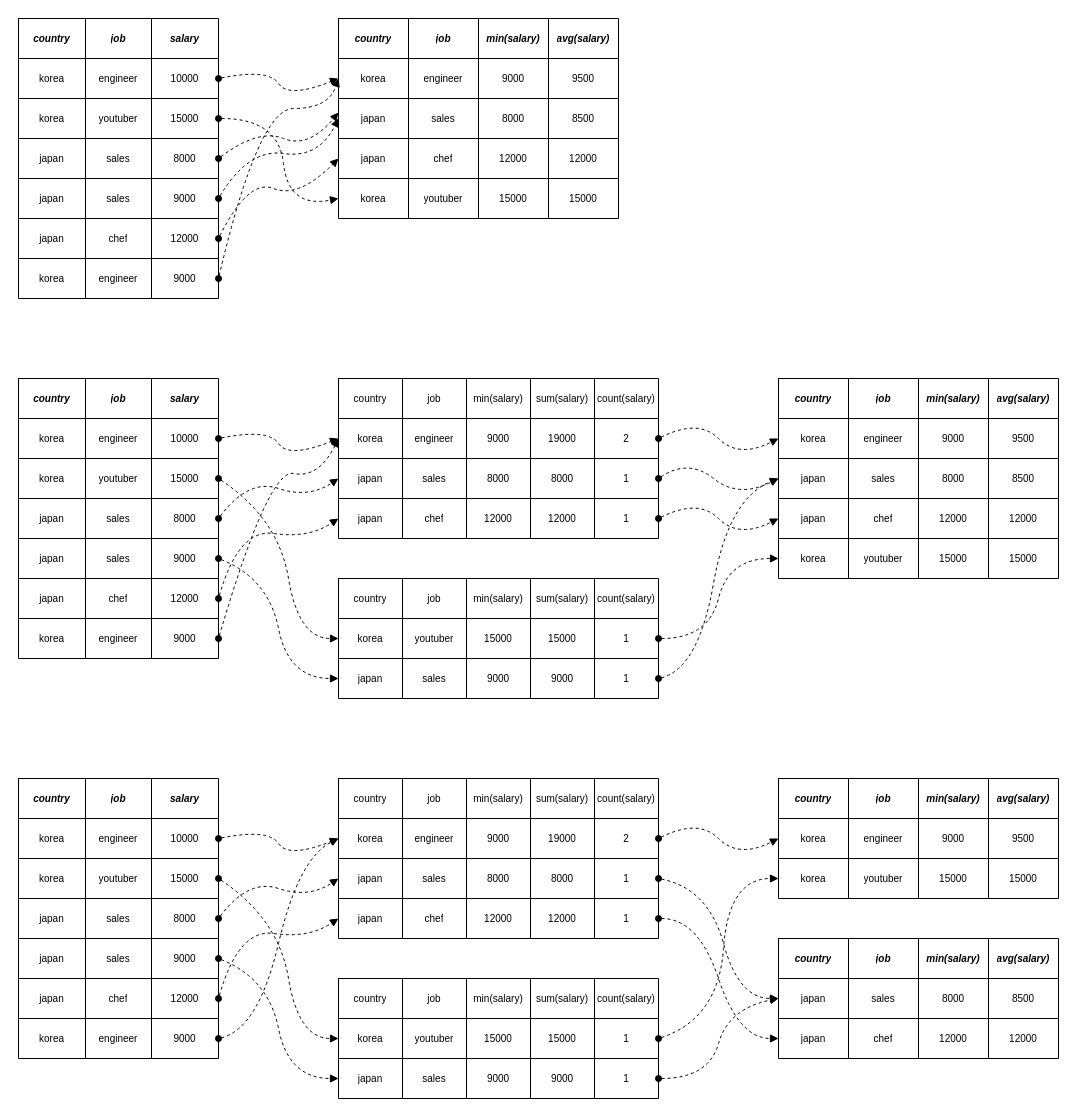
This is page "aggregation" (3 of 5) of datafusion/datafusion.drawio from haruband/codebook, a draw.io file, before an edit. Source tidied: cells renumbered, new cells numbered last; positions are measured from the earlier drawing's top-left corner, leaving out a move shared by most shapes. Both pictures are drawn from the tidied source at 100%, with x=0, y=0 at pixel (18, 18).
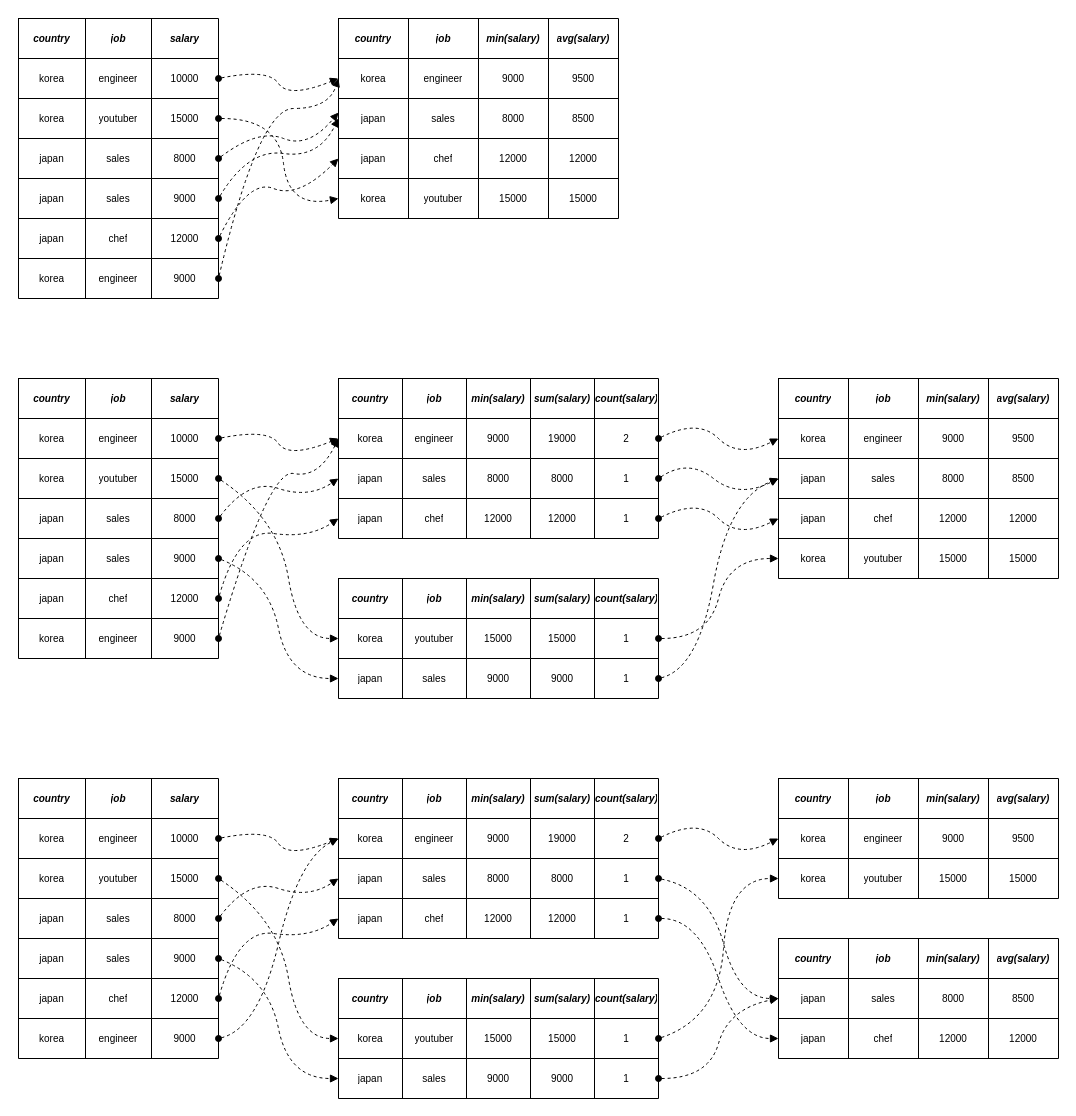
The same page after the edit.

The change refers to these unchanged cells:
```xml
<mxCell id="93" style="shape=tableRow;horizontal=0;startSize=0;swimlaneHead=0;swimlaneBody=0;strokeColor=inherit;top=0;left=0;bottom=0;right=0;fillColor=none;fontSize=10;" parent="92" vertex="1">
  <mxGeometry width="320" height="40" as="geometry" />
</mxCell>
<mxCell id="122" style="shape=tableRow;horizontal=0;startSize=0;swimlaneHead=0;swimlaneBody=0;strokeColor=inherit;top=0;left=0;bottom=0;right=0;fillColor=none;fontSize=10;" parent="121" vertex="1">
  <mxGeometry width="320" height="40" as="geometry" />
</mxCell>
<mxCell id="203" style="shape=tableRow;horizontal=0;startSize=0;swimlaneHead=0;swimlaneBody=0;strokeColor=inherit;top=0;left=0;bottom=0;right=0;fillColor=none;fontSize=10;" parent="202" vertex="1">
  <mxGeometry width="320" height="40" as="geometry" />
</mxCell>
<mxCell id="232" style="shape=tableRow;horizontal=0;startSize=0;swimlaneHead=0;swimlaneBody=0;strokeColor=inherit;top=0;left=0;bottom=0;right=0;fillColor=none;fontSize=10;" parent="231" vertex="1">
  <mxGeometry width="320" height="40" as="geometry" />
</mxCell>
```

What changed in the source:
```diff
@@
-    <mxCell id="94" value="country" style="shape=partialRectangle;html=1;whiteSpace=wrap;strokeColor=inherit;overflow=hidden;fillColor=none;top=0;left=0;bottom=0;right=0;fontSize=10;" parent="93" vertex="1">
+    <mxCell id="94" value="country" style="shape=partialRectangle;html=1;whiteSpace=wrap;strokeColor=inherit;overflow=hidden;fillColor=none;top=0;left=0;bottom=0;right=0;fontSize=10;fontStyle=3;" parent="93" vertex="1">
       <mxGeometry width="64" height="40" as="geometry" />
     </mxCell>
-    <mxCell id="95" value="job" style="shape=partialRectangle;html=1;whiteSpace=wrap;strokeColor=inherit;overflow=hidden;fillColor=none;top=0;left=0;bottom=0;right=0;fontSize=10;" parent="93" vertex="1">
+    <mxCell id="95" value="job" style="shape=partialRectangle;html=1;whiteSpace=wrap;strokeColor=inherit;overflow=hidden;fillColor=none;top=0;left=0;bottom=0;right=0;fontSize=10;fontStyle=3;" parent="93" vertex="1">
       <mxGeometry x="64" width="64" height="40" as="geometry" />
     </mxCell>
-    <mxCell id="96" value="min(salary)" style="shape=partialRectangle;html=1;whiteSpace=wrap;strokeColor=inherit;overflow=hidden;fillColor=none;top=0;left=0;bottom=0;right=0;fontSize=10;" parent="93" vertex="1">
+    <mxCell id="96" value="min(salary)" style="shape=partialRectangle;html=1;whiteSpace=wrap;strokeColor=inherit;overflow=hidden;fillColor=none;top=0;left=0;bottom=0;right=0;fontSize=10;fontStyle=3;" parent="93" vertex="1">
       <mxGeometry x="128" width="64" height="40" as="geometry" />
     </mxCell>
-    <mxCell id="97" value="sum(salary)" style="shape=partialRectangle;html=1;whiteSpace=wrap;strokeColor=inherit;overflow=hidden;fillColor=none;top=0;left=0;bottom=0;right=0;fontSize=10;" parent="93" vertex="1">
+    <mxCell id="97" value="sum(salary)" style="shape=partialRectangle;html=1;whiteSpace=wrap;strokeColor=inherit;overflow=hidden;fillColor=none;top=0;left=0;bottom=0;right=0;fontSize=10;fontStyle=3;" parent="93" vertex="1">
       <mxGeometry x="192" width="64" height="40" as="geometry" />
     </mxCell>
-    <mxCell id="98" value="count(salary)" style="shape=partialRectangle;html=1;whiteSpace=wrap;strokeColor=inherit;overflow=hidden;fillColor=none;top=0;left=0;bottom=0;right=0;fontSize=10;" parent="93" vertex="1">
+    <mxCell id="98" value="count(salary)" style="shape=partialRectangle;html=1;whiteSpace=wrap;strokeColor=inherit;overflow=hidden;fillColor=none;top=0;left=0;bottom=0;right=0;fontSize=10;fontStyle=3;" parent="93" vertex="1">
       <mxGeometry x="256" width="64" height="40" as="geometry" />
     </mxCell>
@@
-    <mxCell id="123" value="country" style="shape=partialRectangle;html=1;whiteSpace=wrap;strokeColor=inherit;overflow=hidden;fillColor=none;top=0;left=0;bottom=0;right=0;fontSize=10;" parent="122" vertex="1">
+    <mxCell id="123" value="country" style="shape=partialRectangle;html=1;whiteSpace=wrap;strokeColor=inherit;overflow=hidden;fillColor=none;top=0;left=0;bottom=0;right=0;fontSize=10;fontStyle=3;" parent="122" vertex="1">
       <mxGeometry width="64" height="40" as="geometry" />
     </mxCell>
-    <mxCell id="124" value="job" style="shape=partialRectangle;html=1;whiteSpace=wrap;strokeColor=inherit;overflow=hidden;fillColor=none;top=0;left=0;bottom=0;right=0;fontSize=10;" parent="122" vertex="1">
+    <mxCell id="124" value="job" style="shape=partialRectangle;html=1;whiteSpace=wrap;strokeColor=inherit;overflow=hidden;fillColor=none;top=0;left=0;bottom=0;right=0;fontSize=10;fontStyle=3;" parent="122" vertex="1">
       <mxGeometry x="64" width="64" height="40" as="geometry" />
     </mxCell>
-    <mxCell id="125" value="min(salary)" style="shape=partialRectangle;html=1;whiteSpace=wrap;strokeColor=inherit;overflow=hidden;fillColor=none;top=0;left=0;bottom=0;right=0;fontSize=10;" parent="122" vertex="1">
+    <mxCell id="125" value="min(salary)" style="shape=partialRectangle;html=1;whiteSpace=wrap;strokeColor=inherit;overflow=hidden;fillColor=none;top=0;left=0;bottom=0;right=0;fontSize=10;fontStyle=3;" parent="122" vertex="1">
       <mxGeometry x="128" width="64" height="40" as="geometry" />
     </mxCell>
-    <mxCell id="126" value="sum(salary)" style="shape=partialRectangle;html=1;whiteSpace=wrap;strokeColor=inherit;overflow=hidden;fillColor=none;top=0;left=0;bottom=0;right=0;fontSize=10;" parent="122" vertex="1">
+    <mxCell id="126" value="sum(salary)" style="shape=partialRectangle;html=1;whiteSpace=wrap;strokeColor=inherit;overflow=hidden;fillColor=none;top=0;left=0;bottom=0;right=0;fontSize=10;fontStyle=3;" parent="122" vertex="1">
       <mxGeometry x="192" width="64" height="40" as="geometry" />
     </mxCell>
-    <mxCell id="127" value="count(salary)" style="shape=partialRectangle;html=1;whiteSpace=wrap;strokeColor=inherit;overflow=hidden;fillColor=none;top=0;left=0;bottom=0;right=0;fontSize=10;" parent="122" vertex="1">
+    <mxCell id="127" value="count(salary)" style="shape=partialRectangle;html=1;whiteSpace=wrap;strokeColor=inherit;overflow=hidden;fillColor=none;top=0;left=0;bottom=0;right=0;fontSize=10;fontStyle=3;" parent="122" vertex="1">
       <mxGeometry x="256" width="64" height="40" as="geometry" />
     </mxCell>
@@
-    <mxCell id="204" value="country" style="shape=partialRectangle;html=1;whiteSpace=wrap;strokeColor=inherit;overflow=hidden;fillColor=none;top=0;left=0;bottom=0;right=0;fontSize=10;" parent="203" vertex="1">
+    <mxCell id="204" value="country" style="shape=partialRectangle;html=1;whiteSpace=wrap;strokeColor=inherit;overflow=hidden;fillColor=none;top=0;left=0;bottom=0;right=0;fontSize=10;fontStyle=3;" parent="203" vertex="1">
       <mxGeometry width="64" height="40" as="geometry" />
     </mxCell>
-    <mxCell id="205" value="job" style="shape=partialRectangle;html=1;whiteSpace=wrap;strokeColor=inherit;overflow=hidden;fillColor=none;top=0;left=0;bottom=0;right=0;fontSize=10;" parent="203" vertex="1">
+    <mxCell id="205" value="job" style="shape=partialRectangle;html=1;whiteSpace=wrap;strokeColor=inherit;overflow=hidden;fillColor=none;top=0;left=0;bottom=0;right=0;fontSize=10;fontStyle=3;" parent="203" vertex="1">
       <mxGeometry x="64" width="64" height="40" as="geometry" />
     </mxCell>
-    <mxCell id="206" value="min(salary)" style="shape=partialRectangle;html=1;whiteSpace=wrap;strokeColor=inherit;overflow=hidden;fillColor=none;top=0;left=0;bottom=0;right=0;fontSize=10;" parent="203" vertex="1">
+    <mxCell id="206" value="min(salary)" style="shape=partialRectangle;html=1;whiteSpace=wrap;strokeColor=inherit;overflow=hidden;fillColor=none;top=0;left=0;bottom=0;right=0;fontSize=10;fontStyle=3;" parent="203" vertex="1">
       <mxGeometry x="128" width="64" height="40" as="geometry" />
     </mxCell>
-    <mxCell id="207" value="sum(salary)" style="shape=partialRectangle;html=1;whiteSpace=wrap;strokeColor=inherit;overflow=hidden;fillColor=none;top=0;left=0;bottom=0;right=0;fontSize=10;" parent="203" vertex="1">
+    <mxCell id="207" value="sum(salary)" style="shape=partialRectangle;html=1;whiteSpace=wrap;strokeColor=inherit;overflow=hidden;fillColor=none;top=0;left=0;bottom=0;right=0;fontSize=10;fontStyle=3;" parent="203" vertex="1">
       <mxGeometry x="192" width="64" height="40" as="geometry" />
     </mxCell>
-    <mxCell id="208" value="count(salary)" style="shape=partialRectangle;html=1;whiteSpace=wrap;strokeColor=inherit;overflow=hidden;fillColor=none;top=0;left=0;bottom=0;right=0;fontSize=10;" parent="203" vertex="1">
+    <mxCell id="208" value="count(salary)" style="shape=partialRectangle;html=1;whiteSpace=wrap;strokeColor=inherit;overflow=hidden;fillColor=none;top=0;left=0;bottom=0;right=0;fontSize=10;fontStyle=3;" parent="203" vertex="1">
       <mxGeometry x="256" width="64" height="40" as="geometry" />
     </mxCell>
@@
-    <mxCell id="233" value="country" style="shape=partialRectangle;html=1;whiteSpace=wrap;strokeColor=inherit;overflow=hidden;fillColor=none;top=0;left=0;bottom=0;right=0;fontSize=10;" parent="232" vertex="1">
+    <mxCell id="233" value="country" style="shape=partialRectangle;html=1;whiteSpace=wrap;strokeColor=inherit;overflow=hidden;fillColor=none;top=0;left=0;bottom=0;right=0;fontSize=10;fontStyle=3;" parent="232" vertex="1">
       <mxGeometry width="64" height="40" as="geometry" />
     </mxCell>
-    <mxCell id="234" value="job" style="shape=partialRectangle;html=1;whiteSpace=wrap;strokeColor=inherit;overflow=hidden;fillColor=none;top=0;left=0;bottom=0;right=0;fontSize=10;" parent="232" vertex="1">
+    <mxCell id="234" value="job" style="shape=partialRectangle;html=1;whiteSpace=wrap;strokeColor=inherit;overflow=hidden;fillColor=none;top=0;left=0;bottom=0;right=0;fontSize=10;fontStyle=3;" parent="232" vertex="1">
       <mxGeometry x="64" width="64" height="40" as="geometry" />
     </mxCell>
-    <mxCell id="235" value="min(salary)" style="shape=partialRectangle;html=1;whiteSpace=wrap;strokeColor=inherit;overflow=hidden;fillColor=none;top=0;left=0;bottom=0;right=0;fontSize=10;" parent="232" vertex="1">
+    <mxCell id="235" value="min(salary)" style="shape=partialRectangle;html=1;whiteSpace=wrap;strokeColor=inherit;overflow=hidden;fillColor=none;top=0;left=0;bottom=0;right=0;fontSize=10;fontStyle=3;" parent="232" vertex="1">
       <mxGeometry x="128" width="64" height="40" as="geometry" />
     </mxCell>
-    <mxCell id="236" value="sum(salary)" style="shape=partialRectangle;html=1;whiteSpace=wrap;strokeColor=inherit;overflow=hidden;fillColor=none;top=0;left=0;bottom=0;right=0;fontSize=10;" parent="232" vertex="1">
+    <mxCell id="236" value="sum(salary)" style="shape=partialRectangle;html=1;whiteSpace=wrap;strokeColor=inherit;overflow=hidden;fillColor=none;top=0;left=0;bottom=0;right=0;fontSize=10;fontStyle=3;" parent="232" vertex="1">
       <mxGeometry x="192" width="64" height="40" as="geometry" />
     </mxCell>
-    <mxCell id="237" value="count(salary)" style="shape=partialRectangle;html=1;whiteSpace=wrap;strokeColor=inherit;overflow=hidden;fillColor=none;top=0;left=0;bottom=0;right=0;fontSize=10;" parent="232" vertex="1">
+    <mxCell id="237" value="count(salary)" style="shape=partialRectangle;html=1;whiteSpace=wrap;strokeColor=inherit;overflow=hidden;fillColor=none;top=0;left=0;bottom=0;right=0;fontSize=10;fontStyle=3;" parent="232" vertex="1">
       <mxGeometry x="256" width="64" height="40" as="geometry" />
     </mxCell>
```
